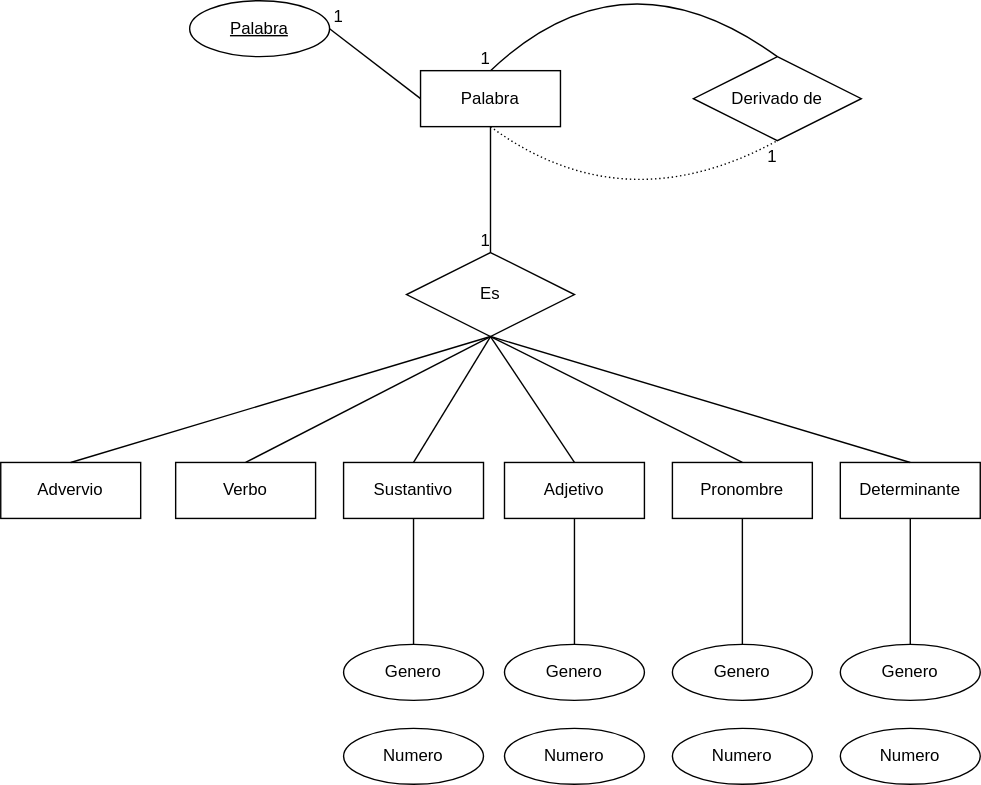
The draw.io diagram sql/estructura.drawio.svg in SrGnis/LibreDic, before a commit. Source tidied: cells renumbered, new cells last; positions are measured from the earlier drawing's top-left corner, leaving out a move shared by most shapes.
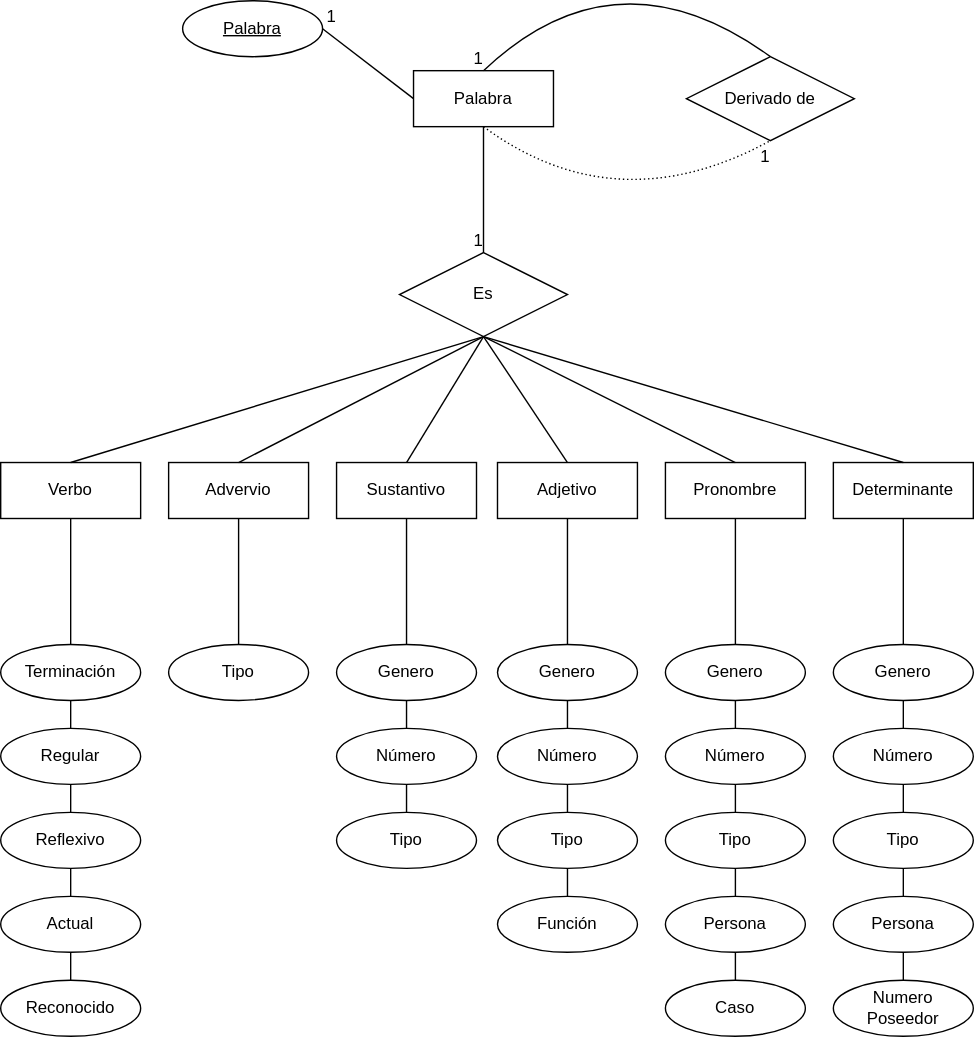
Above is the later version.

Diff of the diagram source:
```diff
@@ -14,8 +14,11 @@
     <mxCell id="5" value="Adjetivo" style="whiteSpace=wrap;html=1;align=center;" parent="1" vertex="1">
       <mxGeometry x="360" y="370" width="100" height="40" as="geometry" />
     </mxCell>
+    <mxCell id="38" style="edgeStyle=orthogonalEdgeStyle;rounded=0;jettySize=auto;html=1;exitX=0.5;exitY=1;exitDx=0;exitDy=0;entryX=0.5;entryY=0;entryDx=0;entryDy=0;endArrow=none;endFill=0;" parent="1" edge="1" source="6" target="64">
+      <mxGeometry relative="1" as="geometry" />
+    </mxCell>
     <mxCell id="6" value="Verbo" style="whiteSpace=wrap;html=1;align=center;" parent="1" vertex="1">
-      <mxGeometry x="125" y="370" width="100" height="40" as="geometry" />
+      <mxGeometry x="5" y="370" width="100" height="40" as="geometry" />
     </mxCell>
     <mxCell id="7" value="Pronombre" style="whiteSpace=wrap;html=1;align=center;" parent="1" vertex="1">
       <mxGeometry x="480" y="370" width="100" height="40" as="geometry" />
@@ -23,8 +26,11 @@
     <mxCell id="8" value="Determinante" style="whiteSpace=wrap;html=1;align=center;" parent="1" vertex="1">
       <mxGeometry x="600" y="370" width="100" height="40" as="geometry" />
     </mxCell>
+    <mxCell id="39" style="edgeStyle=orthogonalEdgeStyle;rounded=0;jettySize=auto;html=1;exitX=0.5;exitY=1;exitDx=0;exitDy=0;entryX=0.5;entryY=0;entryDx=0;entryDy=0;endArrow=none;endFill=0;" parent="1" edge="1" source="9" target="62">
+      <mxGeometry relative="1" as="geometry" />
+    </mxCell>
     <mxCell id="9" value="Advervio" style="whiteSpace=wrap;html=1;align=center;" parent="1" vertex="1">
-      <mxGeometry y="370" width="100" height="40" as="geometry" />
+      <mxGeometry x="125" y="370" width="100" height="40" as="geometry" />
     </mxCell>
     <mxCell id="10" style="endArrow=none;html=1;rounded=0;exitX=0.5;exitY=1;exitDx=0;exitDy=0;entryX=0.5;entryY=0;entryDx=0;entryDy=0;" parent="1" edge="1" source="3" target="9">
       <mxGeometry relative="1" as="geometry" />
@@ -78,10 +84,16 @@
     <mxCell id="23" value="Palabra" style="ellipse;whiteSpace=wrap;html=1;align=center;fontStyle=4;" parent="1" vertex="1">
       <mxGeometry x="135" y="40" width="100" height="40" as="geometry" />
     </mxCell>
+    <mxCell id="40" style="edgeStyle=orthogonalEdgeStyle;rounded=0;jettySize=auto;html=1;exitX=0.5;exitY=1;exitDx=0;exitDy=0;entryX=0.5;entryY=0;entryDx=0;entryDy=0;endArrow=none;endFill=0;" parent="1" edge="1" source="24" target="25">
+      <mxGeometry relative="1" as="geometry" />
+    </mxCell>
     <mxCell id="24" value="Genero" style="ellipse;whiteSpace=wrap;html=1;align=center;" parent="1" vertex="1">
       <mxGeometry x="245" y="500" width="100" height="40" as="geometry" />
     </mxCell>
+    <mxCell id="41" style="edgeStyle=orthogonalEdgeStyle;rounded=0;jettySize=auto;html=1;exitX=0.5;exitY=1;exitDx=0;exitDy=0;entryX=0.5;entryY=0;entryDx=0;entryDy=0;endArrow=none;endFill=0;" parent="1" edge="1" source="25" target="48">
+      <mxGeometry relative="1" as="geometry" />
+    </mxCell>
-    <mxCell id="25" value="Numero" style="ellipse;whiteSpace=wrap;html=1;align=center;" parent="1" vertex="1">
+    <mxCell id="25" value="Número" style="ellipse;whiteSpace=wrap;html=1;align=center;" parent="1" vertex="1">
       <mxGeometry x="245" y="560" width="100" height="40" as="geometry" />
     </mxCell>
     <mxCell id="26" style="endArrow=none;html=1;rounded=0;entryX=1;entryY=0.5;entryDx=0;entryDy=0;exitX=0;exitY=0.5;exitDx=0;exitDy=0;" parent="1" edge="1" source="2" target="23">
@@ -92,22 +104,40 @@
         <mxPoint x="9.9" y="-0.1" as="offset" />
       </mxGeometry>
     </mxCell>
+    <mxCell id="42" style="edgeStyle=orthogonalEdgeStyle;rounded=0;jettySize=auto;html=1;exitX=0.5;exitY=1;exitDx=0;exitDy=0;entryX=0.5;entryY=0;entryDx=0;entryDy=0;endArrow=none;endFill=0;" parent="1" edge="1" source="28" target="29">
+      <mxGeometry relative="1" as="geometry" />
+    </mxCell>
     <mxCell id="28" value="Genero" style="ellipse;whiteSpace=wrap;html=1;align=center;" parent="1" vertex="1">
       <mxGeometry x="360" y="500" width="100" height="40" as="geometry" />
     </mxCell>
+    <mxCell id="43" style="edgeStyle=orthogonalEdgeStyle;rounded=0;jettySize=auto;html=1;exitX=0.5;exitY=1;exitDx=0;exitDy=0;entryX=0.5;entryY=0;entryDx=0;entryDy=0;endArrow=none;endFill=0;" parent="1" edge="1" source="29" target="50">
+      <mxGeometry relative="1" as="geometry" />
+    </mxCell>
-    <mxCell id="29" value="Numero" style="ellipse;whiteSpace=wrap;html=1;align=center;" parent="1" vertex="1">
+    <mxCell id="29" value="Número" style="ellipse;whiteSpace=wrap;html=1;align=center;" parent="1" vertex="1">
       <mxGeometry x="360" y="560" width="100" height="40" as="geometry" />
     </mxCell>
+    <mxCell id="44" style="edgeStyle=orthogonalEdgeStyle;rounded=0;jettySize=auto;html=1;exitX=0.5;exitY=1;exitDx=0;exitDy=0;entryX=0.5;entryY=0;entryDx=0;entryDy=0;endArrow=none;endFill=0;" parent="1" edge="1" source="30" target="31">
+      <mxGeometry relative="1" as="geometry" />
+    </mxCell>
     <mxCell id="30" value="Genero" style="ellipse;whiteSpace=wrap;html=1;align=center;" parent="1" vertex="1">
       <mxGeometry x="480" y="500" width="100" height="40" as="geometry" />
     </mxCell>
+    <mxCell id="45" style="edgeStyle=orthogonalEdgeStyle;rounded=0;jettySize=auto;html=1;exitX=0.5;exitY=1;exitDx=0;exitDy=0;entryX=0.5;entryY=0;entryDx=0;entryDy=0;endArrow=none;endFill=0;" parent="1" edge="1" source="31" target="53">
+      <mxGeometry relative="1" as="geometry" />
+    </mxCell>
-    <mxCell id="31" value="Numero" style="ellipse;whiteSpace=wrap;html=1;align=center;" parent="1" vertex="1">
+    <mxCell id="31" value="Número" style="ellipse;whiteSpace=wrap;html=1;align=center;" parent="1" vertex="1">
       <mxGeometry x="480" y="560" width="100" height="40" as="geometry" />
     </mxCell>
+    <mxCell id="46" style="edgeStyle=orthogonalEdgeStyle;rounded=0;jettySize=auto;html=1;exitX=0.5;exitY=1;exitDx=0;exitDy=0;entryX=0.5;entryY=0;entryDx=0;entryDy=0;endArrow=none;endFill=0;" parent="1" edge="1" source="32" target="33">
+      <mxGeometry relative="1" as="geometry" />
+    </mxCell>
     <mxCell id="32" value="Genero" style="ellipse;whiteSpace=wrap;html=1;align=center;" parent="1" vertex="1">
       <mxGeometry x="600" y="500" width="100" height="40" as="geometry" />
     </mxCell>
+    <mxCell id="47" style="edgeStyle=orthogonalEdgeStyle;rounded=0;jettySize=auto;html=1;exitX=0.5;exitY=1;exitDx=0;exitDy=0;entryX=0.5;entryY=0;entryDx=0;entryDy=0;endArrow=none;endFill=0;" parent="1" edge="1" source="33" target="58">
+      <mxGeometry relative="1" as="geometry" />
+    </mxCell>
-    <mxCell id="33" value="Numero" style="ellipse;whiteSpace=wrap;html=1;align=center;" parent="1" vertex="1">
+    <mxCell id="33" value="Número" style="ellipse;whiteSpace=wrap;html=1;align=center;" parent="1" vertex="1">
       <mxGeometry x="600" y="560" width="100" height="40" as="geometry" />
     </mxCell>
     <mxCell id="34" style="endArrow=none;html=1;rounded=0;exitX=0.5;exitY=1;exitDx=0;exitDy=0;entryX=0.5;entryY=0;entryDx=0;entryDy=0;" parent="1" edge="1" source="4" target="24">
@@ -122,5 +152,77 @@
     <mxCell id="37" style="endArrow=none;html=1;rounded=0;exitX=0.5;exitY=1;exitDx=0;exitDy=0;entryX=0.5;entryY=0;entryDx=0;entryDy=0;" parent="1" edge="1" source="8" target="32">
       <mxGeometry relative="1" as="geometry" />
     </mxCell>
+    <mxCell id="48" value="Tipo" style="ellipse;whiteSpace=wrap;html=1;align=center;" parent="1" vertex="1">
+      <mxGeometry x="245" y="620" width="100" height="40" as="geometry" />
+    </mxCell>
+    <mxCell id="49" style="edgeStyle=orthogonalEdgeStyle;rounded=0;jettySize=auto;html=1;exitX=0.5;exitY=1;exitDx=0;exitDy=0;entryX=0.5;entryY=0;entryDx=0;entryDy=0;endArrow=none;endFill=0;" parent="1" edge="1" source="50" target="51">
+      <mxGeometry relative="1" as="geometry" />
+    </mxCell>
+    <mxCell id="50" value="Tipo" style="ellipse;whiteSpace=wrap;html=1;align=center;" parent="1" vertex="1">
+      <mxGeometry x="360" y="620" width="100" height="40" as="geometry" />
+    </mxCell>
+    <mxCell id="51" value="Función" style="ellipse;whiteSpace=wrap;html=1;align=center;" parent="1" vertex="1">
+      <mxGeometry x="360" y="680" width="100" height="40" as="geometry" />
+    </mxCell>
+    <mxCell id="52" style="edgeStyle=orthogonalEdgeStyle;rounded=0;jettySize=auto;html=1;exitX=0.5;exitY=1;exitDx=0;exitDy=0;entryX=0.5;entryY=0;entryDx=0;entryDy=0;endArrow=none;endFill=0;" parent="1" edge="1" source="53" target="55">
+      <mxGeometry relative="1" as="geometry" />
+    </mxCell>
+    <mxCell id="53" value="Tipo" style="ellipse;whiteSpace=wrap;html=1;align=center;" parent="1" vertex="1">
+      <mxGeometry x="480" y="620" width="100" height="40" as="geometry" />
+    </mxCell>
+    <mxCell id="54" style="edgeStyle=orthogonalEdgeStyle;rounded=0;jettySize=auto;html=1;exitX=0.5;exitY=1;exitDx=0;exitDy=0;entryX=0.5;entryY=0;entryDx=0;entryDy=0;endArrow=none;endFill=0;" parent="1" edge="1" source="55" target="56">
+      <mxGeometry relative="1" as="geometry" />
+    </mxCell>
+    <mxCell id="55" value="Persona" style="ellipse;whiteSpace=wrap;html=1;align=center;" parent="1" vertex="1">
+      <mxGeometry x="480" y="680" width="100" height="40" as="geometry" />
+    </mxCell>
+    <mxCell id="56" value="Caso" style="ellipse;whiteSpace=wrap;html=1;align=center;" parent="1" vertex="1">
+      <mxGeometry x="480" y="740" width="100" height="40" as="geometry" />
+    </mxCell>
+    <mxCell id="57" style="edgeStyle=orthogonalEdgeStyle;rounded=0;jettySize=auto;html=1;exitX=0.5;exitY=1;exitDx=0;exitDy=0;entryX=0.5;entryY=0;entryDx=0;entryDy=0;endArrow=none;endFill=0;" parent="1" edge="1" source="58" target="60">
+      <mxGeometry relative="1" as="geometry" />
+    </mxCell>
+    <mxCell id="58" value="Tipo" style="ellipse;whiteSpace=wrap;html=1;align=center;" parent="1" vertex="1">
+      <mxGeometry x="600" y="620" width="100" height="40" as="geometry" />
+    </mxCell>
+    <mxCell id="59" style="edgeStyle=orthogonalEdgeStyle;rounded=0;jettySize=auto;html=1;exitX=0.5;exitY=1;exitDx=0;exitDy=0;entryX=0.5;entryY=0;entryDx=0;entryDy=0;endArrow=none;endFill=0;" parent="1" edge="1" source="60" target="61">
+      <mxGeometry relative="1" as="geometry" />
+    </mxCell>
+    <mxCell id="60" value="Persona" style="ellipse;whiteSpace=wrap;html=1;align=center;" parent="1" vertex="1">
+      <mxGeometry x="600" y="680" width="100" height="40" as="geometry" />
+    </mxCell>
+    <mxCell id="61" value="&amp;nbsp;Numero &lt;br&gt;Poseedor" style="ellipse;whiteSpace=wrap;html=1;align=center;" parent="1" vertex="1">
+      <mxGeometry x="600" y="740" width="100" height="40" as="geometry" />
+    </mxCell>
+    <mxCell id="62" value="Tipo" style="ellipse;whiteSpace=wrap;html=1;align=center;" parent="1" vertex="1">
+      <mxGeometry x="125" y="500" width="100" height="40" as="geometry" />
+    </mxCell>
+    <mxCell id="63" style="edgeStyle=orthogonalEdgeStyle;rounded=0;jettySize=auto;html=1;exitX=0.5;exitY=1;exitDx=0;exitDy=0;entryX=0.5;entryY=0;entryDx=0;entryDy=0;endArrow=none;endFill=0;" parent="1" edge="1" source="64" target="66">
+      <mxGeometry relative="1" as="geometry" />
+    </mxCell>
+    <mxCell id="64" value="Terminación" style="ellipse;whiteSpace=wrap;html=1;align=center;" parent="1" vertex="1">
+      <mxGeometry x="5" y="500" width="100" height="40" as="geometry" />
+    </mxCell>
+    <mxCell id="65" style="edgeStyle=orthogonalEdgeStyle;rounded=0;jettySize=auto;html=1;exitX=0.5;exitY=1;exitDx=0;exitDy=0;entryX=0.5;entryY=0;entryDx=0;entryDy=0;endArrow=none;endFill=0;" parent="1" edge="1" source="66" target="68">
+      <mxGeometry relative="1" as="geometry" />
+    </mxCell>
+    <mxCell id="66" value="Regular" style="ellipse;whiteSpace=wrap;html=1;align=center;" parent="1" vertex="1">
+      <mxGeometry x="5" y="560" width="100" height="40" as="geometry" />
+    </mxCell>
+    <mxCell id="67" style="edgeStyle=orthogonalEdgeStyle;rounded=0;jettySize=auto;html=1;exitX=0.5;exitY=1;exitDx=0;exitDy=0;entryX=0.5;entryY=0;entryDx=0;entryDy=0;endArrow=none;endFill=0;" parent="1" edge="1" source="68" target="70">
+      <mxGeometry relative="1" as="geometry" />
+    </mxCell>
+    <mxCell id="68" value="Reflexivo" style="ellipse;whiteSpace=wrap;html=1;align=center;" parent="1" vertex="1">
+      <mxGeometry x="5" y="620" width="100" height="40" as="geometry" />
+    </mxCell>
+    <mxCell id="69" style="edgeStyle=orthogonalEdgeStyle;rounded=0;jettySize=auto;html=1;exitX=0.5;exitY=1;exitDx=0;exitDy=0;entryX=0.5;entryY=0;entryDx=0;entryDy=0;endArrow=none;endFill=0;" parent="1" edge="1" source="70" target="71">
+      <mxGeometry relative="1" as="geometry" />
+    </mxCell>
+    <mxCell id="70" value="Actual" style="ellipse;whiteSpace=wrap;html=1;align=center;" parent="1" vertex="1">
+      <mxGeometry x="5" y="680" width="100" height="40" as="geometry" />
+    </mxCell>
+    <mxCell id="71" value="Reconocido" style="ellipse;whiteSpace=wrap;html=1;align=center;" parent="1" vertex="1">
+      <mxGeometry x="5" y="740" width="100" height="40" as="geometry" />
+    </mxCell>
   </root>
 </mxGraphModel>
```
